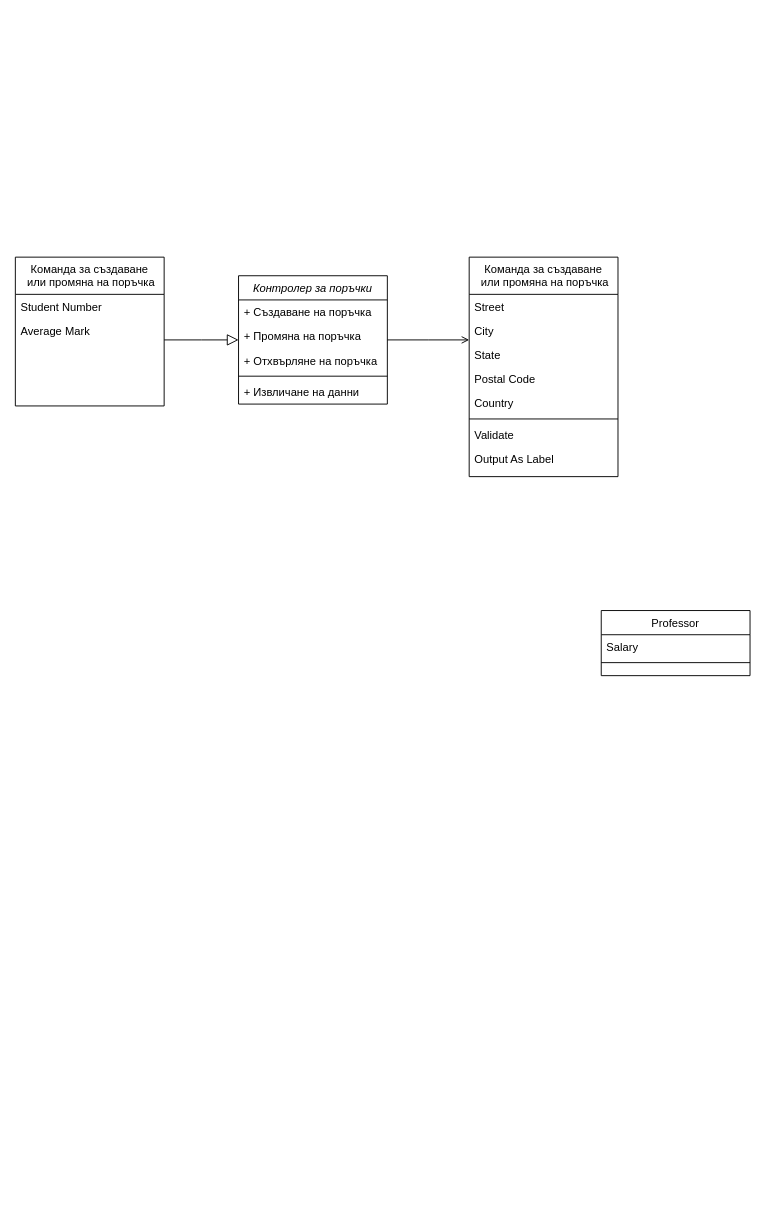
Before: Chapter2/ClassDiagram.drawio in profjordanov/phd, a draw.io diagram. Source tidied: cells renumbered, new cells numbered last; positions are measured from the earlier drawing's top-left corner, leaving out a move shared by most shapes. Both pictures are drawn from the tidied source at 93%, with x=0, y=0 at pixel (15, 257).
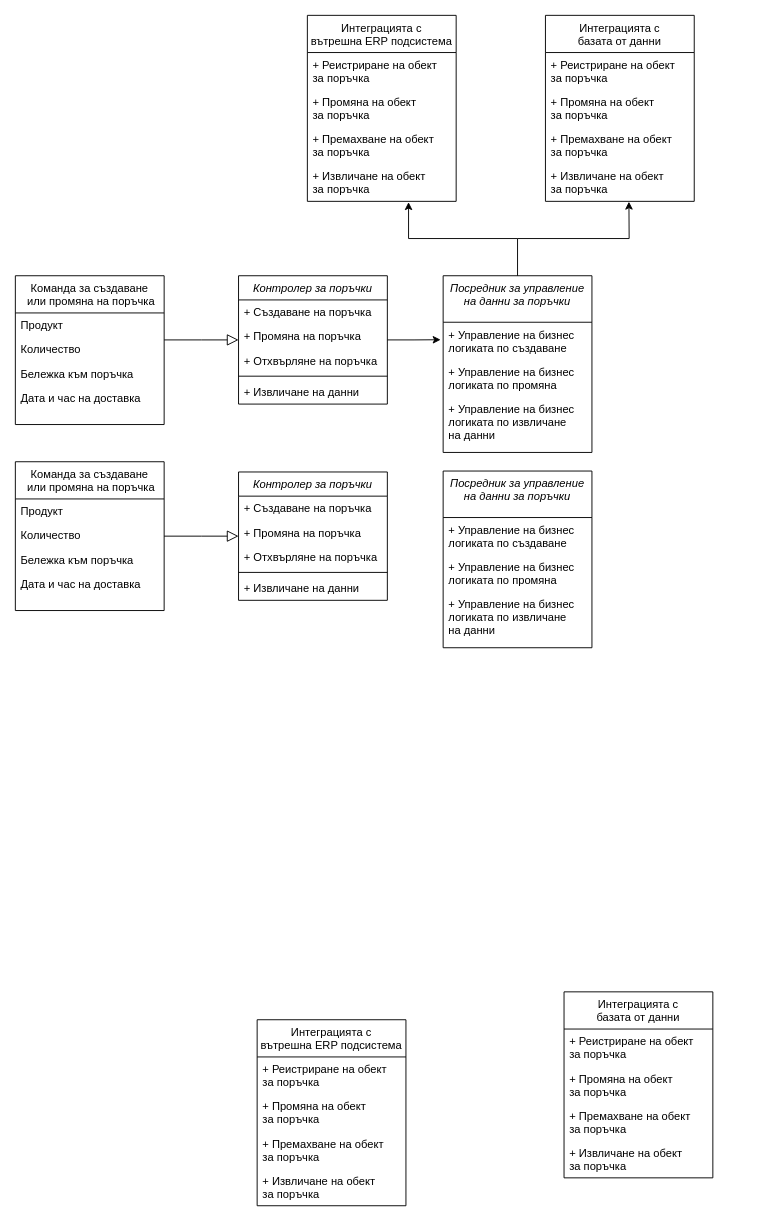
The same diagram, later.

The change refers to these unchanged cells:
```xml
<mxCell id="2" value="Контролер за поръчки" style="swimlane;fontStyle=2;align=center;verticalAlign=top;horizontal=1;startSize=26;rounded=0;shadow=0;strokeWidth=1;" parent="1" vertex="1">
  <mxGeometry x="240" y="20" width="160" height="138" as="geometry" />
</mxCell>
```

Diff of the diagram source:
```diff
@@
     <mxCell id="8" value="Команда за създаване&#10; или промяна на поръчка" style="swimlane;fontStyle=0;align=center;verticalAlign=top;horizontal=1;startSize=40;rounded=0;shadow=0;strokeWidth=1;" parent="1" vertex="1">
-      <mxGeometry width="160" height="160" as="geometry" />
+      <mxGeometry y="20" width="160" height="160" as="geometry" />
     </mxCell>
-    <mxCell id="9" value="Student Number" style="text;align=left;verticalAlign=top;spacingLeft=4;spacingRight=4;overflow=hidden;" parent="8" vertex="1">
+    <mxCell id="9" value="Продукт" style="text;align=left;verticalAlign=top;spacingLeft=4;spacingRight=4;overflow=hidden;" parent="8" vertex="1">
       <mxGeometry y="40" width="160" height="26" as="geometry" />
     </mxCell>
-    <mxCell id="10" value="Average Mark" style="text;align=left;verticalAlign=top;spacingLeft=4;spacingRight=4;overflow=hidden;rounded=0;shadow=0;html=0;" parent="8" vertex="1">
+    <mxCell id="10" value="Количество" style="text;align=left;verticalAlign=top;spacingLeft=4;spacingRight=4;overflow=hidden;rounded=0;shadow=0;html=0;" parent="8" vertex="1">
       <mxGeometry y="66" width="160" height="26" as="geometry" />
     </mxCell>
+    <mxCell id="25" value="Бележка към поръчка" style="text;align=left;verticalAlign=top;spacingLeft=4;spacingRight=4;overflow=hidden;rounded=0;shadow=0;html=0;" parent="8" vertex="1">
+      <mxGeometry y="92" width="160" height="26" as="geometry" />
+    </mxCell>
+    <mxCell id="26" value="Дата и час на доставка" style="text;align=left;verticalAlign=top;spacingLeft=4;spacingRight=4;overflow=hidden;rounded=0;shadow=0;html=0;" parent="8" vertex="1">
+      <mxGeometry y="118" width="160" height="26" as="geometry" />
+    </mxCell>
@@
-    <mxCell id="12" value="Professor" style="swimlane;fontStyle=0;align=center;verticalAlign=top;horizontal=1;startSize=26;rounded=0;shadow=0;strokeWidth=1;" parent="1" vertex="1">
-      <mxGeometry x="630" y="380" width="160" height="70" as="geometry" />
-    </mxCell>
-    <mxCell id="13" value="Salary" style="text;align=left;verticalAlign=top;spacingLeft=4;spacingRight=4;overflow=hidden;" parent="12" vertex="1">
-      <mxGeometry y="26" width="160" height="26" as="geometry" />
-    </mxCell>
-    <mxCell id="14" style="line;html=1;strokeWidth=1;align=left;verticalAlign=middle;spacingTop=-1;spacingLeft=3;spacingRight=3;labelPosition=right;" parent="12" vertex="1">
-      <mxGeometry y="52" width="160" height="8" as="geometry" />
-    </mxCell>
-    <mxCell id="15" value="Команда за създаване&#10; или промяна на поръчка" style="swimlane;fontStyle=0;align=center;verticalAlign=top;horizontal=1;startSize=40;rounded=0;shadow=0;strokeWidth=1;" parent="1" vertex="1">
-      <mxGeometry x="488" width="160" height="236" as="geometry" />
+    <mxCell id="15" value="Интеграцията с &#10;базата от данни" style="swimlane;fontStyle=0;align=center;verticalAlign=top;horizontal=1;startSize=40;rounded=0;shadow=0;strokeWidth=1;" parent="1" vertex="1">
+      <mxGeometry x="570" y="-260" width="160" height="200" as="geometry" />
     </mxCell>
-    <mxCell id="16" value="Street" style="text;align=left;verticalAlign=top;spacingLeft=4;spacingRight=4;overflow=hidden;" parent="15" vertex="1">
-      <mxGeometry y="40" width="160" height="26" as="geometry" />
+    <mxCell id="16" value="+ Реистриране на обект&#10;за поръчка" style="text;align=left;verticalAlign=top;spacingLeft=4;spacingRight=4;overflow=hidden;" parent="15" vertex="1">
+      <mxGeometry y="40" width="160" height="40" as="geometry" />
     </mxCell>
-    <mxCell id="17" value="City" style="text;align=left;verticalAlign=top;spacingLeft=4;spacingRight=4;overflow=hidden;rounded=0;shadow=0;html=0;" parent="15" vertex="1">
-      <mxGeometry y="66" width="160" height="26" as="geometry" />
+    <mxCell id="17" value="+ Промяна на обект&#10;за поръчка" style="text;align=left;verticalAlign=top;spacingLeft=4;spacingRight=4;overflow=hidden;rounded=0;shadow=0;html=0;" parent="15" vertex="1">
+      <mxGeometry y="80" width="160" height="40" as="geometry" />
     </mxCell>
-    <mxCell id="18" value="State" style="text;align=left;verticalAlign=top;spacingLeft=4;spacingRight=4;overflow=hidden;rounded=0;shadow=0;html=0;" parent="15" vertex="1">
-      <mxGeometry y="92" width="160" height="26" as="geometry" />
-    </mxCell>
-    <mxCell id="19" value="Postal Code" style="text;align=left;verticalAlign=top;spacingLeft=4;spacingRight=4;overflow=hidden;rounded=0;shadow=0;html=0;" parent="15" vertex="1">
-      <mxGeometry y="118" width="160" height="26" as="geometry" />
-    </mxCell>
-    <mxCell id="20" value="Country" style="text;align=left;verticalAlign=top;spacingLeft=4;spacingRight=4;overflow=hidden;rounded=0;shadow=0;html=0;" parent="15" vertex="1">
-      <mxGeometry y="144" width="160" height="26" as="geometry" />
-    </mxCell>
-    <mxCell id="21" style="line;html=1;strokeWidth=1;align=left;verticalAlign=middle;spacingTop=-1;spacingLeft=3;spacingRight=3;labelPosition=right;" parent="15" vertex="1">
-      <mxGeometry y="170" width="160" height="8" as="geometry" />
-    </mxCell>
-    <mxCell id="22" value="Validate" style="text;align=left;verticalAlign=top;spacingLeft=4;spacingRight=4;overflow=hidden;" parent="15" vertex="1">
-      <mxGeometry y="178" width="160" height="26" as="geometry" />
-    </mxCell>
-    <mxCell id="23" value="Output As Label" style="text;align=left;verticalAlign=top;spacingLeft=4;spacingRight=4;overflow=hidden;" parent="15" vertex="1">
-      <mxGeometry y="204" width="160" height="26" as="geometry" />
-    </mxCell>
-    <mxCell id="24" style="endArrow=open;shadow=0;strokeWidth=1;rounded=0;curved=0;endFill=1;edgeStyle=elbowEdgeStyle;elbow=vertical;" parent="1" edge="1" source="2">
-      <mxGeometry x="0.5" y="41" relative="1" as="geometry">
-        <mxPoint x="488" y="89" as="targetPoint" />
-        <mxPoint x="-40" y="32" as="offset" />
-      </mxGeometry>
-    </mxCell>
+    <mxCell id="27" value="+ Премахване на обект&#10;за поръчка" style="text;align=left;verticalAlign=top;spacingLeft=4;spacingRight=4;overflow=hidden;rounded=0;shadow=0;html=0;" parent="15" vertex="1">
+      <mxGeometry y="120" width="160" height="40" as="geometry" />
+    </mxCell>
+    <mxCell id="28" value="+ Извличане на обект&#10;за поръчка" style="text;align=left;verticalAlign=top;spacingLeft=4;spacingRight=4;overflow=hidden;points=[[0,0.5],[1,0.5]];portConstraint=eastwest;rounded=0;shadow=0;html=0;" parent="15" vertex="1">
+      <mxGeometry y="160" width="160" height="40" as="geometry" />
+    </mxCell>
+    <mxCell id="29" value="Интеграцията с &#10;вътрешна ERP подсистема" style="swimlane;fontStyle=0;align=center;verticalAlign=top;horizontal=1;startSize=40;rounded=0;shadow=0;strokeWidth=1;" parent="1" vertex="1">
+      <mxGeometry x="314" y="-260" width="160" height="200" as="geometry" />
+    </mxCell>
+    <mxCell id="30" value="+ Реистриране на обект&#10;за поръчка" style="text;align=left;verticalAlign=top;spacingLeft=4;spacingRight=4;overflow=hidden;" parent="29" vertex="1">
+      <mxGeometry y="40" width="160" height="40" as="geometry" />
+    </mxCell>
+    <mxCell id="31" value="+ Промяна на обект&#10;за поръчка" style="text;align=left;verticalAlign=top;spacingLeft=4;spacingRight=4;overflow=hidden;rounded=0;shadow=0;html=0;" parent="29" vertex="1">
+      <mxGeometry y="80" width="160" height="40" as="geometry" />
+    </mxCell>
+    <mxCell id="32" value="+ Премахване на обект&#10;за поръчка" style="text;align=left;verticalAlign=top;spacingLeft=4;spacingRight=4;overflow=hidden;rounded=0;shadow=0;html=0;" parent="29" vertex="1">
+      <mxGeometry y="120" width="160" height="40" as="geometry" />
+    </mxCell>
+    <mxCell id="33" value="+ Извличане на обект&#10;за поръчка" style="text;align=left;verticalAlign=top;spacingLeft=4;spacingRight=4;overflow=hidden;points=[[0,0.5],[1,0.5]];portConstraint=eastwest;rounded=0;shadow=0;html=0;" parent="29" vertex="1">
+      <mxGeometry y="160" width="160" height="40" as="geometry" />
+    </mxCell>
+    <mxCell id="34" value="Посредник за управление &#10;на данни за поръчки" style="swimlane;fontStyle=2;align=center;verticalAlign=top;horizontal=1;startSize=50;rounded=0;shadow=0;strokeWidth=1;" parent="1" vertex="1">
+      <mxGeometry x="460" y="20" width="160" height="190" as="geometry" />
+    </mxCell>
+    <mxCell id="35" value="+ Управление на бизнес &#10;логиката по създаване" style="text;align=left;verticalAlign=top;spacingLeft=4;spacingRight=4;overflow=hidden;" parent="34" vertex="1">
+      <mxGeometry y="50" width="160" height="40" as="geometry" />
+    </mxCell>
+    <mxCell id="36" value="+ Управление на бизнес &#10;логиката по промяна" style="text;align=left;verticalAlign=top;spacingLeft=4;spacingRight=4;overflow=hidden;" parent="34" vertex="1">
+      <mxGeometry y="90" width="160" height="40" as="geometry" />
+    </mxCell>
+    <mxCell id="37" value="+ Управление на бизнес &#10;логиката по извличане &#10;на данни" style="text;align=left;verticalAlign=top;spacingLeft=4;spacingRight=4;overflow=hidden;" parent="34" vertex="1">
+      <mxGeometry y="130" width="160" height="50" as="geometry" />
+    </mxCell>
+    <mxCell id="38" style="edgeStyle=orthogonalEdgeStyle;rounded=0;jettySize=auto;html=1;entryX=0.68;entryY=1.021;entryDx=0;entryDy=0;entryPerimeter=0;" parent="1" edge="1" source="34" target="33">
+      <mxGeometry relative="1" as="geometry" />
+    </mxCell>
+    <mxCell id="39" style="endArrow=classic;html=1;rounded=0;entryX=0.561;entryY=1.009;entryDx=0;entryDy=0;entryPerimeter=0;" parent="1" edge="1" target="28">
+      <mxGeometry relative="1" as="geometry">
+        <mxPoint x="660" y="-20" as="sourcePoint" />
+      </mxGeometry>
+    </mxCell>
+    <mxCell id="40" style="endArrow=none;html=1;rounded=0;" parent="1" edge="1">
+      <mxGeometry relative="1" as="geometry">
+        <mxPoint x="540" y="-20" as="sourcePoint" />
+        <mxPoint x="660" y="-20" as="targetPoint" />
+      </mxGeometry>
+    </mxCell>
+    <mxCell id="41" style="edgeStyle=orthogonalEdgeStyle;rounded=0;jettySize=auto;html=1;entryX=-0.017;entryY=0.471;entryDx=0;entryDy=0;entryPerimeter=0;" parent="1" edge="1" source="2">
+      <mxGeometry relative="1" as="geometry">
+        <mxPoint x="457.3" y="88.8" as="targetPoint" />
+      </mxGeometry>
+    </mxCell>
+    <mxCell id="42" value="Контролер за поръчки" style="swimlane;fontStyle=2;align=center;verticalAlign=top;horizontal=1;startSize=26;rounded=0;shadow=0;strokeWidth=1;" parent="1" vertex="1">
+      <mxGeometry x="240" y="231" width="160" height="138" as="geometry" />
+    </mxCell>
+    <mxCell id="43" value="+ Създаване на поръчка" style="text;align=left;verticalAlign=top;spacingLeft=4;spacingRight=4;overflow=hidden;" parent="42" vertex="1">
+      <mxGeometry y="26" width="160" height="26" as="geometry" />
+    </mxCell>
+    <mxCell id="44" value="+ Промяна на поръчка" style="text;align=left;verticalAlign=top;spacingLeft=4;spacingRight=4;overflow=hidden;rounded=0;shadow=0;html=0;" parent="42" vertex="1">
+      <mxGeometry y="52" width="160" height="26" as="geometry" />
+    </mxCell>
+    <mxCell id="45" value="+ Отхвърляне на поръчка" style="text;align=left;verticalAlign=top;spacingLeft=4;spacingRight=4;overflow=hidden;rounded=0;shadow=0;html=0;" parent="42" vertex="1">
+      <mxGeometry y="78" width="160" height="26" as="geometry" />
+    </mxCell>
+    <mxCell id="46" style="line;html=1;strokeWidth=1;align=left;verticalAlign=middle;spacingTop=-1;spacingLeft=3;spacingRight=3;labelPosition=right;" parent="42" vertex="1">
+      <mxGeometry y="104" width="160" height="8" as="geometry" />
+    </mxCell>
+    <mxCell id="47" value="+ Извличане на данни" style="text;align=left;verticalAlign=top;spacingLeft=4;spacingRight=4;overflow=hidden;" parent="42" vertex="1">
+      <mxGeometry y="112" width="160" height="26" as="geometry" />
+    </mxCell>
+    <mxCell id="48" value="Команда за създаване&#10; или промяна на поръчка" style="swimlane;fontStyle=0;align=center;verticalAlign=top;horizontal=1;startSize=40;rounded=0;shadow=0;strokeWidth=1;" parent="1" vertex="1">
+      <mxGeometry y="220" width="160" height="160" as="geometry" />
+    </mxCell>
+    <mxCell id="49" value="Продукт" style="text;align=left;verticalAlign=top;spacingLeft=4;spacingRight=4;overflow=hidden;" parent="48" vertex="1">
+      <mxGeometry y="40" width="160" height="26" as="geometry" />
+    </mxCell>
+    <mxCell id="50" value="Количество" style="text;align=left;verticalAlign=top;spacingLeft=4;spacingRight=4;overflow=hidden;rounded=0;shadow=0;html=0;" parent="48" vertex="1">
+      <mxGeometry y="66" width="160" height="26" as="geometry" />
+    </mxCell>
+    <mxCell id="51" value="Бележка към поръчка" style="text;align=left;verticalAlign=top;spacingLeft=4;spacingRight=4;overflow=hidden;rounded=0;shadow=0;html=0;" parent="48" vertex="1">
+      <mxGeometry y="92" width="160" height="26" as="geometry" />
+    </mxCell>
+    <mxCell id="52" value="Дата и час на доставка" style="text;align=left;verticalAlign=top;spacingLeft=4;spacingRight=4;overflow=hidden;rounded=0;shadow=0;html=0;" parent="48" vertex="1">
+      <mxGeometry y="118" width="160" height="26" as="geometry" />
+    </mxCell>
+    <mxCell id="53" style="endArrow=block;endSize=10;endFill=0;shadow=0;strokeWidth=1;rounded=0;curved=0;edgeStyle=elbowEdgeStyle;elbow=vertical;" parent="1" edge="1" source="48" target="42">
+      <mxGeometry relative="1" as="geometry" />
+    </mxCell>
+    <mxCell id="54" value="Интеграцията с &#10;базата от данни" style="swimlane;fontStyle=0;align=center;verticalAlign=top;horizontal=1;startSize=40;rounded=0;shadow=0;strokeWidth=1;" parent="1" vertex="1">
+      <mxGeometry x="590" y="790" width="160" height="200" as="geometry" />
+    </mxCell>
+    <mxCell id="55" value="+ Реистриране на обект&#10;за поръчка" style="text;align=left;verticalAlign=top;spacingLeft=4;spacingRight=4;overflow=hidden;" parent="54" vertex="1">
+      <mxGeometry y="40" width="160" height="40" as="geometry" />
+    </mxCell>
+    <mxCell id="56" value="+ Промяна на обект&#10;за поръчка" style="text;align=left;verticalAlign=top;spacingLeft=4;spacingRight=4;overflow=hidden;rounded=0;shadow=0;html=0;" parent="54" vertex="1">
+      <mxGeometry y="80" width="160" height="40" as="geometry" />
+    </mxCell>
+    <mxCell id="57" value="+ Премахване на обект&#10;за поръчка" style="text;align=left;verticalAlign=top;spacingLeft=4;spacingRight=4;overflow=hidden;rounded=0;shadow=0;html=0;" parent="54" vertex="1">
+      <mxGeometry y="120" width="160" height="40" as="geometry" />
+    </mxCell>
+    <mxCell id="58" value="+ Извличане на обект&#10;за поръчка" style="text;align=left;verticalAlign=top;spacingLeft=4;spacingRight=4;overflow=hidden;rounded=0;shadow=0;html=0;" parent="54" vertex="1">
+      <mxGeometry y="160" width="160" height="40" as="geometry" />
+    </mxCell>
+    <mxCell id="59" value="Интеграцията с &#10;вътрешна ERP подсистема" style="swimlane;fontStyle=0;align=center;verticalAlign=top;horizontal=1;startSize=40;rounded=0;shadow=0;strokeWidth=1;" parent="1" vertex="1">
+      <mxGeometry x="260" y="820" width="160" height="200" as="geometry" />
+    </mxCell>
+    <mxCell id="60" value="+ Реистриране на обект&#10;за поръчка" style="text;align=left;verticalAlign=top;spacingLeft=4;spacingRight=4;overflow=hidden;" parent="59" vertex="1">
+      <mxGeometry y="40" width="160" height="40" as="geometry" />
+    </mxCell>
+    <mxCell id="61" value="+ Промяна на обект&#10;за поръчка" style="text;align=left;verticalAlign=top;spacingLeft=4;spacingRight=4;overflow=hidden;rounded=0;shadow=0;html=0;" parent="59" vertex="1">
+      <mxGeometry y="80" width="160" height="40" as="geometry" />
+    </mxCell>
+    <mxCell id="62" value="+ Премахване на обект&#10;за поръчка" style="text;align=left;verticalAlign=top;spacingLeft=4;spacingRight=4;overflow=hidden;rounded=0;shadow=0;html=0;" parent="59" vertex="1">
+      <mxGeometry y="120" width="160" height="40" as="geometry" />
+    </mxCell>
+    <mxCell id="63" value="+ Извличане на обект&#10;за поръчка" style="text;align=left;verticalAlign=top;spacingLeft=4;spacingRight=4;overflow=hidden;rounded=0;shadow=0;html=0;" parent="59" vertex="1">
+      <mxGeometry y="160" width="160" height="40" as="geometry" />
+    </mxCell>
+    <mxCell id="64" value="Посредник за управление &#10;на данни за поръчки" style="swimlane;fontStyle=2;align=center;verticalAlign=top;horizontal=1;startSize=50;rounded=0;shadow=0;strokeWidth=1;" parent="1" vertex="1">
+      <mxGeometry x="460" y="230" width="160" height="190" as="geometry" />
+    </mxCell>
+    <mxCell id="65" value="+ Управление на бизнес &#10;логиката по създаване" style="text;align=left;verticalAlign=top;spacingLeft=4;spacingRight=4;overflow=hidden;" parent="64" vertex="1">
+      <mxGeometry y="50" width="160" height="40" as="geometry" />
+    </mxCell>
+    <mxCell id="66" value="+ Управление на бизнес &#10;логиката по промяна" style="text;align=left;verticalAlign=top;spacingLeft=4;spacingRight=4;overflow=hidden;" parent="64" vertex="1">
+      <mxGeometry y="90" width="160" height="40" as="geometry" />
+    </mxCell>
+    <mxCell id="67" value="+ Управление на бизнес &#10;логиката по извличане &#10;на данни" style="text;align=left;verticalAlign=top;spacingLeft=4;spacingRight=4;overflow=hidden;" parent="64" vertex="1">
+      <mxGeometry y="130" width="160" height="50" as="geometry" />
+    </mxCell>
```
